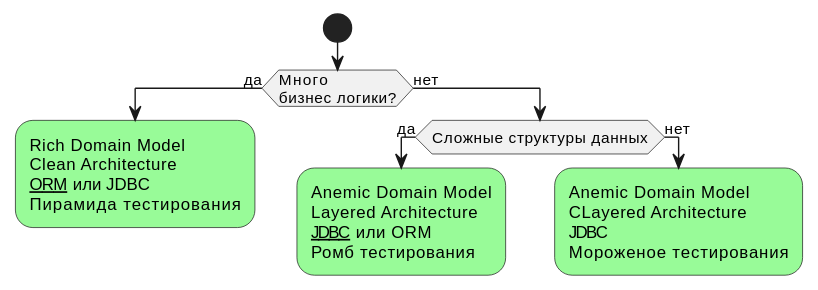
Earlier version of the PlantUML export money-transfer/slides/img/algo.svg (neherim/java-guild-katas). The source it was exported from:
```plantuml
@startuml
start
if (Много \nбизнес логики?) then (да)
  #palegreen:Rich Domain Model\nClean Architecture\n__ORM__ или JDBC\nПирамида тестирования;
  kill;
else (нет)
  if (Сложные структуры данных) then (да)
    #palegreen:Anemic Domain Model\nLayered Architecture\n__JDBC__ или ORM\nРомб тестирования;
    kill;
  else (нет)
    #palegreen:Anemic Domain Model\nCLayered Architecture\nJDBC\nМороженое тестирования;
    kill;
  endif
endif
@enduml
```
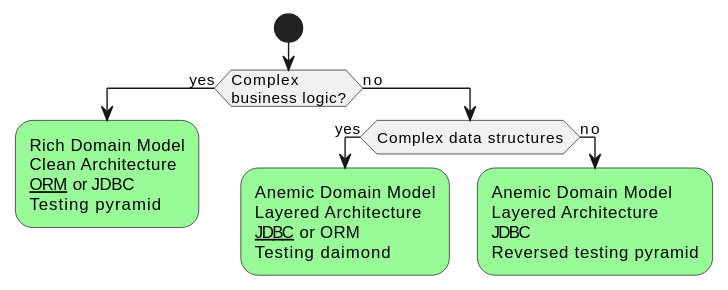
After the change.

What changed in the source:
```diff
@@ -1,14 +1,14 @@
 @startuml
 start
-if (Много \nбизнес логики?) then (да)
-  #palegreen:Rich Domain Model\nClean Architecture\n__ORM__ или JDBC\nПирамида тестирования;
+if (Complex\nbusiness logic?) then (yes)
+  #palegreen:Rich Domain Model\nClean Architecture\n__ORM__ or JDBC\nTesting pyramid;
   kill;
-else (нет)
-  if (Сложные структуры данных) then (да)
-    #palegreen:Anemic Domain Model\nLayered Architecture\n__JDBC__ или ORM\nРомб тестирования;
+else (no)
+  if (Complex data structures) then (yes)
+    #palegreen:Anemic Domain Model\nLayered Architecture\n__JDBC__ or ORM\nTesting daimond;
     kill;
-  else (нет)
-    #palegreen:Anemic Domain Model\nCLayered Architecture\nJDBC\nМороженое тестирования;
+  else (no)
+    #palegreen:Anemic Domain Model\nLayered Architecture\nJDBC\nReversed testing pyramid;
     kill;
   endif
 endif
```
